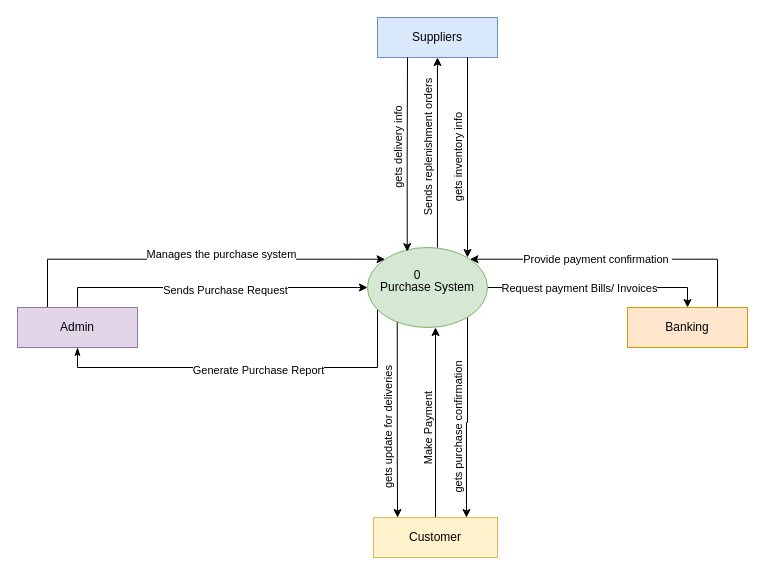
Earlier version of the draw.io diagram Purchase Level 0.drawio (pawal-karki/DRAW.IO). Source tidied: cells renumbered, new cells numbered last; positions are measured from the earlier drawing's top-left corner, leaving out a move shared by most shapes. Both pictures are drawn from the tidied source at 100%, with x=0, y=0 at pixel (17, 17).
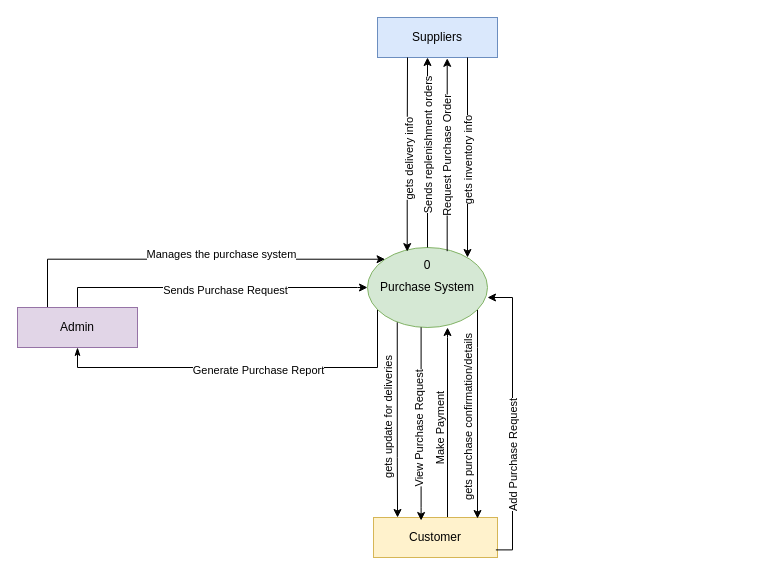
The same page after the edit.

The change refers to these unchanged cells:
```xml
<mxCell id="9" value="Suppliers" style="whiteSpace=wrap;html=1;fillColor=#dae8fc;strokeColor=#6c8ebf;" parent="1" vertex="1">
  <mxGeometry x="360" width="120" height="40" as="geometry" />
</mxCell>
<mxCell id="20" value="Customer" style="whiteSpace=wrap;html=1;fillColor=#fff2cc;strokeColor=#d6b656;" parent="1" vertex="1">
  <mxGeometry x="356" y="500" width="124" height="40" as="geometry" />
</mxCell>
<mxCell id="24" value="Purchase System" style="ellipse;whiteSpace=wrap;html=1;fillColor=#d5e8d4;strokeColor=#82b366;" parent="1" vertex="1">
  <mxGeometry x="350" y="230" width="120" height="80" as="geometry" />
</mxCell>
<mxCell id="28" style="edgeStyle=orthogonalEdgeStyle;rounded=0;jettySize=auto;html=1;entryX=0.415;entryY=1.051;entryDx=0;entryDy=0;entryPerimeter=0;exitX=0.331;exitY=0.051;exitDx=0;exitDy=0;exitPerimeter=0;endArrow=none;endFill=0;startArrow=classic;startFill=1;" parent="1" edge="1" source="24">
  <mxGeometry relative="1" as="geometry">
    <mxPoint x="390" y="40" as="targetPoint" />
  </mxGeometry>
</mxCell>
```

Change to the diagram source:
```diff
@@
-    <mxCell id="10" style="edgeStyle=orthogonalEdgeStyle;rounded=0;jettySize=auto;html=1;exitX=0.75;exitY=0;exitDx=0;exitDy=0;entryX=1;entryY=0;entryDx=0;entryDy=0;" parent="1" edge="1" source="12" target="24">
-      <mxGeometry relative="1" as="geometry" />
-    </mxCell>
-    <mxCell id="11" value="Provide payment confirmation&amp;nbsp;" style="edgeLabel;html=1;align=center;verticalAlign=middle;" parent="10" vertex="1">
-      <mxGeometry x="0.14" relative="1" as="geometry" />
-    </mxCell>
-    <mxCell id="12" value="Banking" style="whiteSpace=wrap;html=1;fillColor=#ffe6cc;strokeColor=#d79b00;" parent="1" vertex="1">
-      <mxGeometry x="610" y="290" width="120" height="40" as="geometry" />
-    </mxCell>
-    <mxCell id="13" style="edgeStyle=orthogonalEdgeStyle;rounded=0;jettySize=auto;html=1;entryX=0.567;entryY=1;entryDx=0;entryDy=0;entryPerimeter=0;" parent="1" edge="1" source="20" target="24">
-      <mxGeometry relative="1" as="geometry" />
+    <mxCell id="13" style="edgeStyle=orthogonalEdgeStyle;rounded=0;jettySize=auto;html=1;entryX=0.667;entryY=1;entryDx=0;entryDy=0;entryPerimeter=0;" parent="1" edge="1" source="20" target="24">
+      <mxGeometry relative="1" as="geometry">
+        <Array as="points">
+          <mxPoint x="430" y="320" />
+          <mxPoint x="430" y="320" />
+        </Array>
+      </mxGeometry>
     </mxCell>
@@
-    <mxCell id="15" value="gets purchase confirmation" style="edgeLabel;html=1;align=center;verticalAlign=middle;rotation=-90;" parent="13" vertex="1">
+    <mxCell id="15" value="gets purchase confirmation/details" style="edgeLabel;html=1;align=center;verticalAlign=middle;rotation=-90;" parent="13" vertex="1">
       <mxGeometry x="-0.07" y="-2" relative="1" as="geometry">
-        <mxPoint x="20" y="-1" as="offset" />
+        <mxPoint x="18" y="-11" as="offset" />
       </mxGeometry>
     </mxCell>
     <mxCell id="16" value="gets update for deliveries" style="edgeLabel;html=1;align=center;verticalAlign=middle;rotation=-90;" parent="13" vertex="1">
       <mxGeometry x="-0.07" y="-2" relative="1" as="geometry">
-        <mxPoint x="-50" y="-1" as="offset" />
+        <mxPoint x="-62" y="-11" as="offset" />
       </mxGeometry>
     </mxCell>
-    <mxCell id="17" value="Sends replenishment orders" style="edgeLabel;html=1;align=center;verticalAlign=middle;rotation=-90;" parent="13" vertex="1">
-      <mxGeometry x="-0.07" y="-2" relative="1" as="geometry">
-        <mxPoint x="-10" y="-281" as="offset" />
-      </mxGeometry>
-    </mxCell>
-    <mxCell id="18" value="gets delivery info" style="edgeLabel;html=1;align=center;verticalAlign=middle;rotation=-90;" parent="13" vertex="1">
-      <mxGeometry x="-0.07" y="-2" relative="1" as="geometry">
-        <mxPoint x="-40" y="-281" as="offset" />
-      </mxGeometry>
-    </mxCell>
-    <mxCell id="19" value="gets inventory info" style="edgeLabel;html=1;align=center;verticalAlign=middle;rotation=-90;" parent="13" vertex="1">
-      <mxGeometry x="-0.07" y="-2" relative="1" as="geometry">
-        <mxPoint x="20" y="-271" as="offset" />
-      </mxGeometry>
-    </mxCell>
@@
-    <mxCell id="21" style="edgeStyle=orthogonalEdgeStyle;rounded=0;jettySize=auto;html=1;entryX=0.75;entryY=0;entryDx=0;entryDy=0;" parent="1" edge="1" source="24" target="20">
+    <mxCell id="21" style="edgeStyle=orthogonalEdgeStyle;rounded=0;jettySize=auto;html=1;" parent="1" edge="1" source="24">
       <mxGeometry relative="1" as="geometry">
+        <mxPoint x="460" y="501" as="targetPoint" />
         <Array as="points">
-          <mxPoint x="450" y="405" />
-          <mxPoint x="449" y="405" />
+          <mxPoint x="460" y="330" />
+          <mxPoint x="460" y="330" />
         </Array>
       </mxGeometry>
     </mxCell>
-    <mxCell id="22" style="edgeStyle=orthogonalEdgeStyle;rounded=0;jettySize=auto;html=1;entryX=0.5;entryY=0;entryDx=0;entryDy=0;" parent="1" edge="1" source="24" target="12">
-      <mxGeometry relative="1" as="geometry" />
-    </mxCell>
-    <mxCell id="23" value="Request payment Bills/ Invoices" style="edgeLabel;html=1;align=center;verticalAlign=middle;" parent="22" vertex="1">
-      <mxGeometry x="-0.17" relative="1" as="geometry" />
-    </mxCell>
@@
     <mxCell id="25" value="0&lt;div&gt;&lt;br&gt;&lt;/div&gt;" style="text;html=1;align=center;verticalAlign=middle;whiteSpace=wrap;rounded=0;" parent="1" vertex="1">
-      <mxGeometry x="370" y="250" width="60" height="30" as="geometry" />
+      <mxGeometry x="380" y="240" width="60" height="30" as="geometry" />
     </mxCell>
@@
-    <mxCell id="27" style="edgeStyle=orthogonalEdgeStyle;rounded=0;jettySize=auto;html=1;entryX=0.583;entryY=0;entryDx=0;entryDy=0;entryPerimeter=0;endArrow=none;endFill=0;startArrow=classic;startFill=1;" parent="1" edge="1" source="9" target="24">
-      <mxGeometry relative="1" as="geometry" />
+    <mxCell id="27" style="edgeStyle=orthogonalEdgeStyle;rounded=0;jettySize=auto;html=1;endArrow=none;endFill=0;startArrow=classic;startFill=1;" parent="1" edge="1" source="9">
+      <mxGeometry relative="1" as="geometry">
+        <mxPoint x="410" y="230" as="targetPoint" />
+        <Array as="points">
+          <mxPoint x="410" y="230" />
+        </Array>
+      </mxGeometry>
     </mxCell>
+    <mxCell id="17" value="Sends replenishment orders" style="edgeLabel;html=1;align=center;verticalAlign=middle;rotation=-90;" parent="27" vertex="1">
+      <mxGeometry x="-0.06" relative="1" as="geometry" />
+    </mxCell>
@@
+    <mxCell id="18" value="gets delivery info" style="edgeLabel;html=1;align=center;verticalAlign=middle;rotation=-90;" parent="28" vertex="1">
+      <mxGeometry x="-0.06" y="-1" relative="1" as="geometry" />
+    </mxCell>
     <mxCell id="29" style="edgeStyle=orthogonalEdgeStyle;rounded=0;jettySize=auto;html=1;entryX=0.75;entryY=1;entryDx=0;entryDy=0;startArrow=classic;startFill=1;endArrow=none;endFill=0;" parent="1" edge="1" target="9">
       <mxGeometry relative="1" as="geometry">
         <mxPoint x="450" y="240" as="sourcePoint" />
         <Array as="points">
-          <mxPoint x="450" y="200" />
-          <mxPoint x="450" y="200" />
+          <mxPoint x="450" y="140" />
+          <mxPoint x="450" y="140" />
         </Array>
       </mxGeometry>
     </mxCell>
+    <mxCell id="19" value="gets inventory info" style="edgeLabel;html=1;align=center;verticalAlign=middle;rotation=-90;" parent="29" vertex="1">
+      <mxGeometry x="-0.04" relative="1" as="geometry" />
+    </mxCell>
+    <mxCell id="30" style="edgeStyle=orthogonalEdgeStyle;rounded=0;orthogonalLoop=1;jettySize=auto;html=1;entryX=1.013;entryY=0.595;entryDx=0;entryDy=0;entryPerimeter=0;exitX=1;exitY=0.5;exitDx=0;exitDy=0;" parent="1" edge="1">
+      <mxGeometry relative="1" as="geometry">
+        <mxPoint x="478.4" y="532.4" as="sourcePoint" />
+        <mxPoint x="470" y="280" as="targetPoint" />
+        <Array as="points">
+          <mxPoint x="495" y="532" />
+          <mxPoint x="495" y="280" />
+        </Array>
+      </mxGeometry>
+    </mxCell>
+    <mxCell id="31" value="Add Purchase Request" style="edgeLabel;html=1;align=center;verticalAlign=middle;rotation=-90;" parent="30" vertex="1">
+      <mxGeometry x="-0.25" relative="1" as="geometry" />
+    </mxCell>
+    <mxCell id="32" style="edgeStyle=orthogonalEdgeStyle;rounded=0;jettySize=auto;html=1;entryX=0.384;entryY=0.075;entryDx=0;entryDy=0;entryPerimeter=0;" parent="1" edge="1" source="24" target="20">
+      <mxGeometry relative="1" as="geometry">
+        <Array as="points">
+          <mxPoint x="404" y="490" />
+        </Array>
+      </mxGeometry>
+    </mxCell>
+    <mxCell id="33" value="View Purchase Request" style="edgeLabel;html=1;align=center;verticalAlign=middle;rotation=-90;" parent="32" vertex="1">
+      <mxGeometry x="0.06" y="-2" relative="1" as="geometry" />
+    </mxCell>
+    <mxCell id="34" style="edgeStyle=orthogonalEdgeStyle;rounded=0;jettySize=auto;html=1;entryX=0.664;entryY=0.046;entryDx=0;entryDy=0;entryPerimeter=0;exitX=0.581;exitY=1.021;exitDx=0;exitDy=0;exitPerimeter=0;startArrow=classic;startFill=1;endArrow=none;endFill=0;" parent="1" edge="1" source="9" target="24">
+      <mxGeometry relative="1" as="geometry" />
+    </mxCell>
+    <mxCell id="35" value="Request Purchase Order" style="edgeLabel;html=1;align=center;verticalAlign=middle;rotation=-90;" parent="34" vertex="1">
+      <mxGeometry x="0.28" relative="1" as="geometry">
+        <mxPoint y="-25" as="offset" />
+      </mxGeometry>
+    </mxCell>
```
